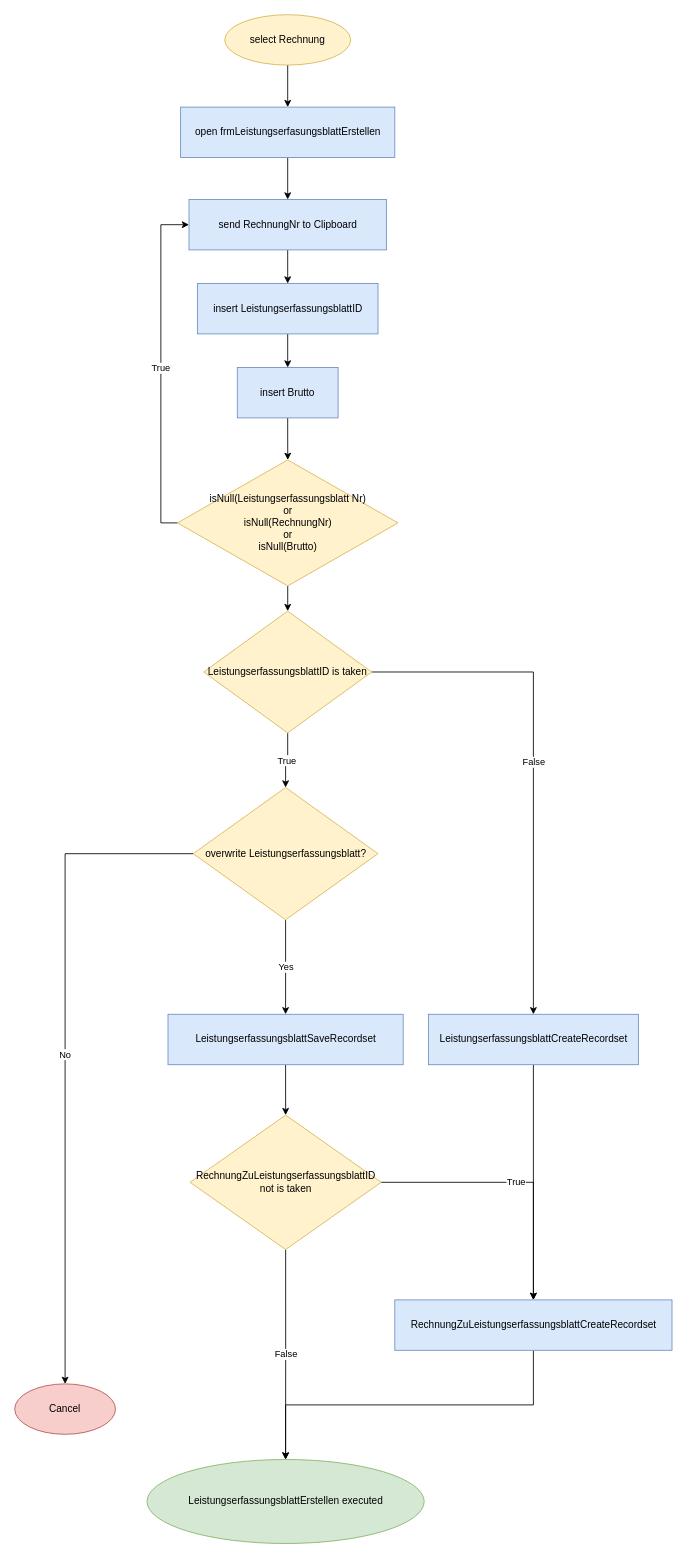
Before: Workflows/LeistungserfassungsblattErstellenFlow.drawio in h4g3n-J/U1jOD0JGuV, a draw.io diagram. Source tidied: cells renumbered, new cells numbered last; positions are measured from the earlier drawing's top-left corner, leaving out a move shared by most shapes. Both pictures are drawn from the tidied source at 84%, with x=0, y=0 at pixel (14, 14).
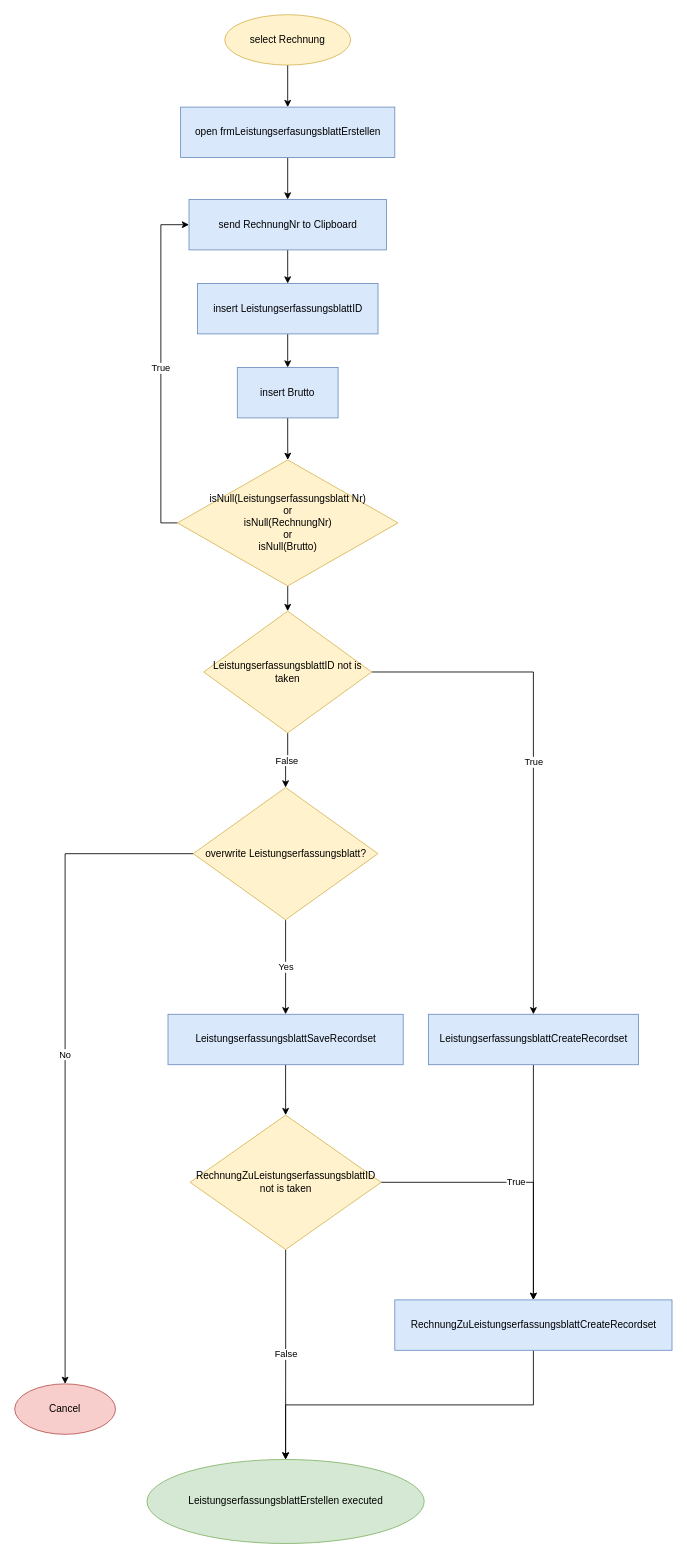
After the change.

Commit message (it also covers changes not shown here):
adjusted workflow

The change refers to these unchanged cells:
```xml
<mxCell id="22" value="LeistungserfassungsblattCreateRecordset" style="whiteSpace=wrap;html=1;strokeColor=#6c8ebf;fillColor=#dae8fc;fontColor=#000000;" parent="1" vertex="1">
  <mxGeometry x="492.5" y="1190" width="250" height="60" as="geometry" />
</mxCell>
<mxCell id="25" value="overwrite Leistungserfassungsblatt?" style="rhombus;whiteSpace=wrap;html=1;strokeColor=#d6b656;fillColor=#fff2cc;fontColor=#000000;" parent="1" vertex="1">
  <mxGeometry x="212.5" y="920" width="220" height="157.5" as="geometry" />
</mxCell>
```

The edit, as a diff of the source:
```diff
@@
-    <mxCell id="18" value="True" style="edgeStyle=orthogonalEdgeStyle;rounded=0;jettySize=auto;html=1;labelBackgroundColor=#FFFFFF;fontColor=#000000;" parent="1" edge="1" source="20" target="25">
+    <mxCell id="18" value="False" style="edgeStyle=orthogonalEdgeStyle;rounded=0;jettySize=auto;html=1;labelBackgroundColor=#FFFFFF;fontColor=#000000;" parent="1" edge="1" source="20" target="25">
       <mxGeometry relative="1" as="geometry" />
     </mxCell>
-    <mxCell id="19" value="False" style="edgeStyle=orthogonalEdgeStyle;rounded=0;jettySize=auto;html=1;exitX=1;exitY=0.5;exitDx=0;exitDy=0;entryX=0.5;entryY=0;entryDx=0;entryDy=0;" parent="1" edge="1" source="20" target="22">
+    <mxCell id="19" value="True" style="edgeStyle=orthogonalEdgeStyle;rounded=0;jettySize=auto;html=1;exitX=1;exitY=0.5;exitDx=0;exitDy=0;entryX=0.5;entryY=0;entryDx=0;entryDy=0;labelBackgroundColor=#FFFFFF;fontColor=#000000;" parent="1" edge="1" source="20" target="22">
       <mxGeometry relative="1" as="geometry" />
     </mxCell>
-    <mxCell id="20" value="LeistungserfassungsblattID is taken" style="rhombus;whiteSpace=wrap;html=1;strokeColor=#d6b656;fillColor=#fff2cc;fontColor=#000000;" parent="1" vertex="1">
+    <mxCell id="20" value="LeistungserfassungsblattID not is taken" style="rhombus;whiteSpace=wrap;html=1;strokeColor=#d6b656;fillColor=#fff2cc;fontColor=#000000;" parent="1" vertex="1">
       <mxGeometry x="225" y="710" width="200" height="145" as="geometry" />
     </mxCell>
```
